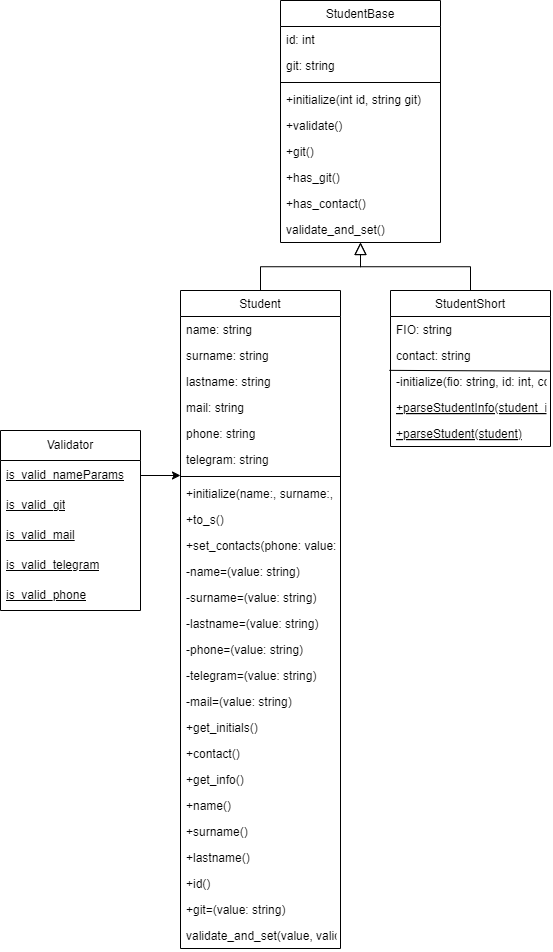
The draw.io diagram classDiagramm.png in MxVndI/Design-Patterns, before a commit. Source tidied: cells renumbered, new cells last; positions are measured from the earlier drawing's top-left corner, leaving out a move shared by most shapes.
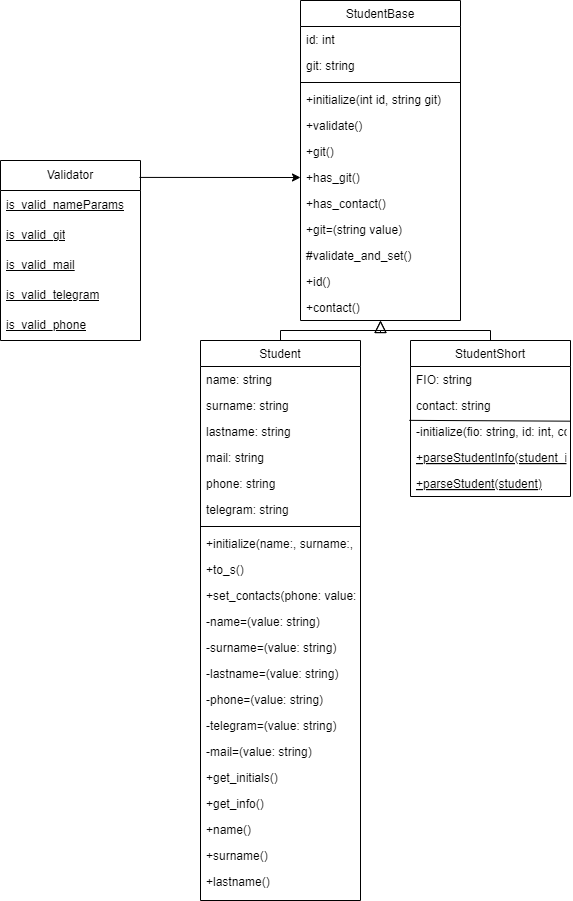
After the commit.

Commit message:
upd diagramm

What changed in the source:
```diff
@@ -3,7 +3,7 @@
     <mxCell id="0" />
     <mxCell id="1" parent="0" />
     <mxCell id="2" value="StudentBase" style="swimlane;fontStyle=0;align=center;verticalAlign=top;horizontal=1;startSize=26;rounded=0;shadow=0;strokeWidth=1;" parent="1" vertex="1">
-      <mxGeometry x="280" width="160" height="242" as="geometry" />
+      <mxGeometry x="280" y="-50" width="160" height="320" as="geometry" />
     </mxCell>
     <mxCell id="3" value="id: int&#10;" style="text;align=left;verticalAlign=top;spacingLeft=4;spacingRight=4;overflow=hidden;" parent="2" vertex="1">
       <mxGeometry y="26" width="160" height="26" as="geometry" />
@@ -29,11 +29,20 @@
     <mxCell id="10" value="+has_contact()" style="text;align=left;verticalAlign=top;spacingLeft=4;spacingRight=4;overflow=hidden;" parent="2" vertex="1">
       <mxGeometry y="190" width="160" height="26" as="geometry" />
     </mxCell>
+    <mxCell id="54" value="+git=(string value)" style="text;align=left;verticalAlign=top;spacingLeft=4;spacingRight=4;overflow=hidden;" parent="2" vertex="1">
+      <mxGeometry y="216" width="160" height="26" as="geometry" />
+    </mxCell>
-    <mxCell id="11" value="validate_and_set()" style="text;align=left;verticalAlign=top;spacingLeft=4;spacingRight=4;overflow=hidden;" parent="2" vertex="1">
-      <mxGeometry y="216" width="160" height="26" as="geometry" />
+    <mxCell id="11" value="#validate_and_set()" style="text;align=left;verticalAlign=top;spacingLeft=4;spacingRight=4;overflow=hidden;" parent="2" vertex="1">
+      <mxGeometry y="242" width="160" height="26" as="geometry" />
     </mxCell>
+    <mxCell id="35" value="+id()" style="text;align=left;verticalAlign=top;spacingLeft=4;spacingRight=4;overflow=hidden;" parent="2" vertex="1">
+      <mxGeometry y="268" width="160" height="26" as="geometry" />
+    </mxCell>
+    <mxCell id="30" value="+contact()" style="text;align=left;verticalAlign=top;spacingLeft=4;spacingRight=4;overflow=hidden;" parent="2" vertex="1">
+      <mxGeometry y="294" width="160" height="26" as="geometry" />
+    </mxCell>
     <mxCell id="12" value="Student" style="swimlane;fontStyle=0;align=center;verticalAlign=top;horizontal=1;startSize=26;rounded=0;shadow=0;strokeWidth=1;" parent="1" vertex="1">
-      <mxGeometry x="180" y="290" width="160" height="658" as="geometry" />
+      <mxGeometry x="180" y="290" width="160" height="560" as="geometry" />
     </mxCell>
     <mxCell id="13" value="name: string" style="text;align=left;verticalAlign=top;spacingLeft=4;spacingRight=4;overflow=hidden;" parent="12" vertex="1">
       <mxGeometry y="26" width="160" height="26" as="geometry" />
@@ -86,30 +95,18 @@
     <mxCell id="29" value="+get_initials()" style="text;align=left;verticalAlign=top;spacingLeft=4;spacingRight=4;overflow=hidden;" parent="12" vertex="1">
       <mxGeometry y="424" width="160" height="26" as="geometry" />
     </mxCell>
-    <mxCell id="30" value="+contact()" style="text;align=left;verticalAlign=top;spacingLeft=4;spacingRight=4;overflow=hidden;" parent="12" vertex="1">
-      <mxGeometry y="450" width="160" height="26" as="geometry" />
-    </mxCell>
     <mxCell id="31" value="+get_info()" style="text;align=left;verticalAlign=top;spacingLeft=4;spacingRight=4;overflow=hidden;" parent="12" vertex="1">
-      <mxGeometry y="476" width="160" height="26" as="geometry" />
+      <mxGeometry y="450" width="160" height="26" as="geometry" />
     </mxCell>
     <mxCell id="32" value="+name()" style="text;align=left;verticalAlign=top;spacingLeft=4;spacingRight=4;overflow=hidden;" parent="12" vertex="1">
-      <mxGeometry y="502" width="160" height="26" as="geometry" />
+      <mxGeometry y="476" width="160" height="26" as="geometry" />
     </mxCell>
     <mxCell id="33" value="+surname()" style="text;align=left;verticalAlign=top;spacingLeft=4;spacingRight=4;overflow=hidden;" parent="12" vertex="1">
-      <mxGeometry y="528" width="160" height="26" as="geometry" />
+      <mxGeometry y="502" width="160" height="26" as="geometry" />
     </mxCell>
     <mxCell id="34" value="+lastname()" style="text;align=left;verticalAlign=top;spacingLeft=4;spacingRight=4;overflow=hidden;" parent="12" vertex="1">
-      <mxGeometry y="554" width="160" height="26" as="geometry" />
+      <mxGeometry y="528" width="160" height="26" as="geometry" />
     </mxCell>
-    <mxCell id="35" value="+id()" style="text;align=left;verticalAlign=top;spacingLeft=4;spacingRight=4;overflow=hidden;" parent="12" vertex="1">
-      <mxGeometry y="580" width="160" height="26" as="geometry" />
-    </mxCell>
-    <mxCell id="36" value="+git=(value: string)&#10;&#10;" style="text;align=left;verticalAlign=top;spacingLeft=4;spacingRight=4;overflow=hidden;" parent="12" vertex="1">
-      <mxGeometry y="606" width="160" height="26" as="geometry" />
-    </mxCell>
-    <mxCell id="37" value="validate_and_set(value, validation_method)" style="text;align=left;verticalAlign=top;spacingLeft=4;spacingRight=4;overflow=hidden;" parent="12" vertex="1">
-      <mxGeometry y="632" width="160" height="26" as="geometry" />
-    </mxCell>
     <mxCell id="38" style="endArrow=block;endSize=10;endFill=0;shadow=0;strokeWidth=1;rounded=0;curved=0;edgeStyle=elbowEdgeStyle;elbow=vertical;" parent="1" edge="1" source="12" target="2">
       <mxGeometry relative="1" as="geometry" />
     </mxCell>
@@ -138,7 +135,7 @@
       <mxGeometry relative="1" as="geometry" />
     </mxCell>
     <mxCell id="47" value="Validator" style="swimlane;fontStyle=0;horizontal=1;startSize=30;whiteSpace=wrap;html=1;" parent="1" vertex="1">
-      <mxGeometry y="430" width="140" height="180" as="geometry" />
+      <mxGeometry x="-20" y="110" width="140" height="180" as="geometry" />
     </mxCell>
     <mxCell id="48" value="is_valid_nameParams" style="text;strokeColor=none;fillColor=none;align=left;verticalAlign=middle;spacingLeft=4;spacingRight=4;overflow=hidden;points=[[0,0.5],[1,0.5]];portConstraint=eastwest;whiteSpace=wrap;html=1;fontStyle=4;" parent="47" vertex="1">
       <mxGeometry y="30" width="140" height="30" as="geometry" />
@@ -155,10 +152,8 @@
     <mxCell id="52" value="is_valid_phone" style="text;strokeColor=none;fillColor=none;align=left;verticalAlign=middle;spacingLeft=4;spacingRight=4;overflow=hidden;whiteSpace=wrap;html=1;fontStyle=4;" parent="47" vertex="1">
       <mxGeometry y="150" width="140" height="30" as="geometry" />
     </mxCell>
-    <mxCell id="53" style="endArrow=classic;html=1;rounded=0;exitX=1;exitY=0.5;exitDx=0;exitDy=0;" parent="1" edge="1" source="48">
-      <mxGeometry relative="1" as="geometry">
-        <mxPoint x="180" y="475" as="targetPoint" />
-      </mxGeometry>
+    <mxCell id="53" style="endArrow=classic;html=1;rounded=0;exitX=0.993;exitY=0.094;exitDx=0;exitDy=0;entryX=0;entryY=0.5;entryDx=0;entryDy=0;exitPerimeter=0;" parent="1" edge="1" source="47" target="9">
+      <mxGeometry relative="1" as="geometry" />
     </mxCell>
   </root>
 </mxGraphModel>
```
